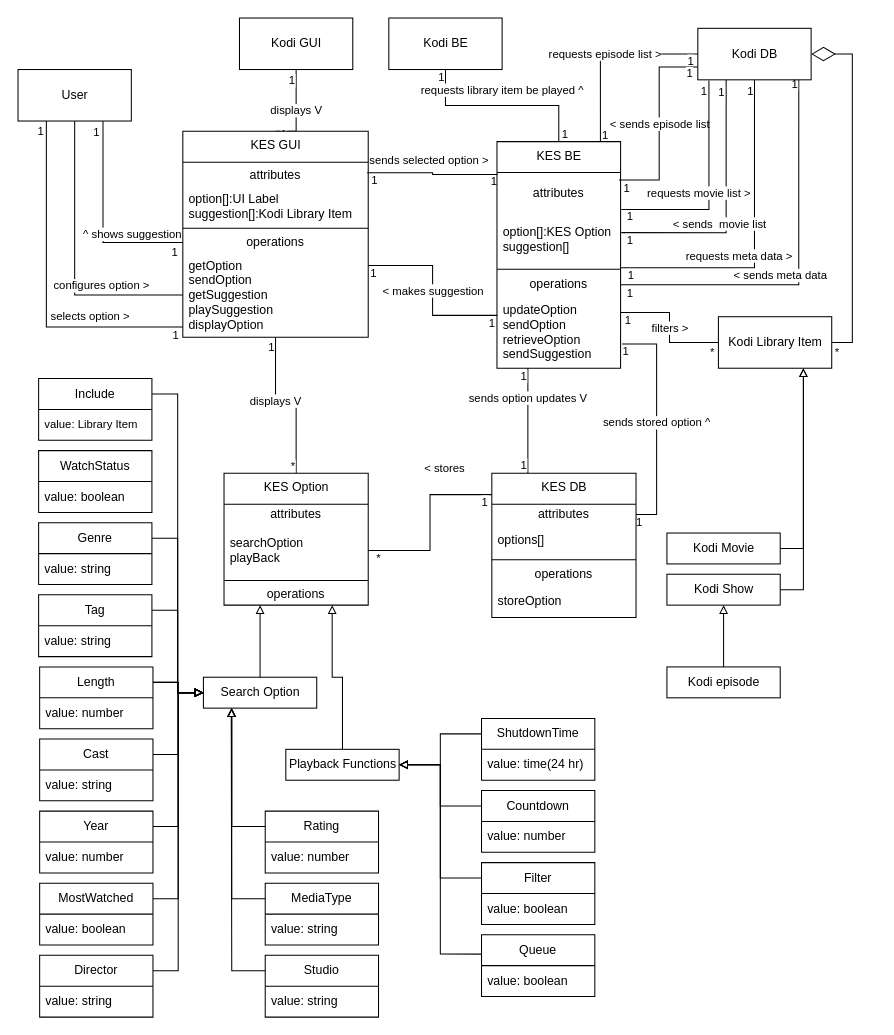
dustinmcmahon/kodiAddon keeps this draw.io diagram as page "Page-1" (1 of 2) of uml.drawio. Above is the earlier version. Source tidied: cells renumbered, new cells numbered last; positions are measured from the earlier drawing's top-left corner, leaving out a move shared by most shapes. Both pictures are drawn from the tidied source at 103%, with x=0, y=0 at pixel (18, 18).
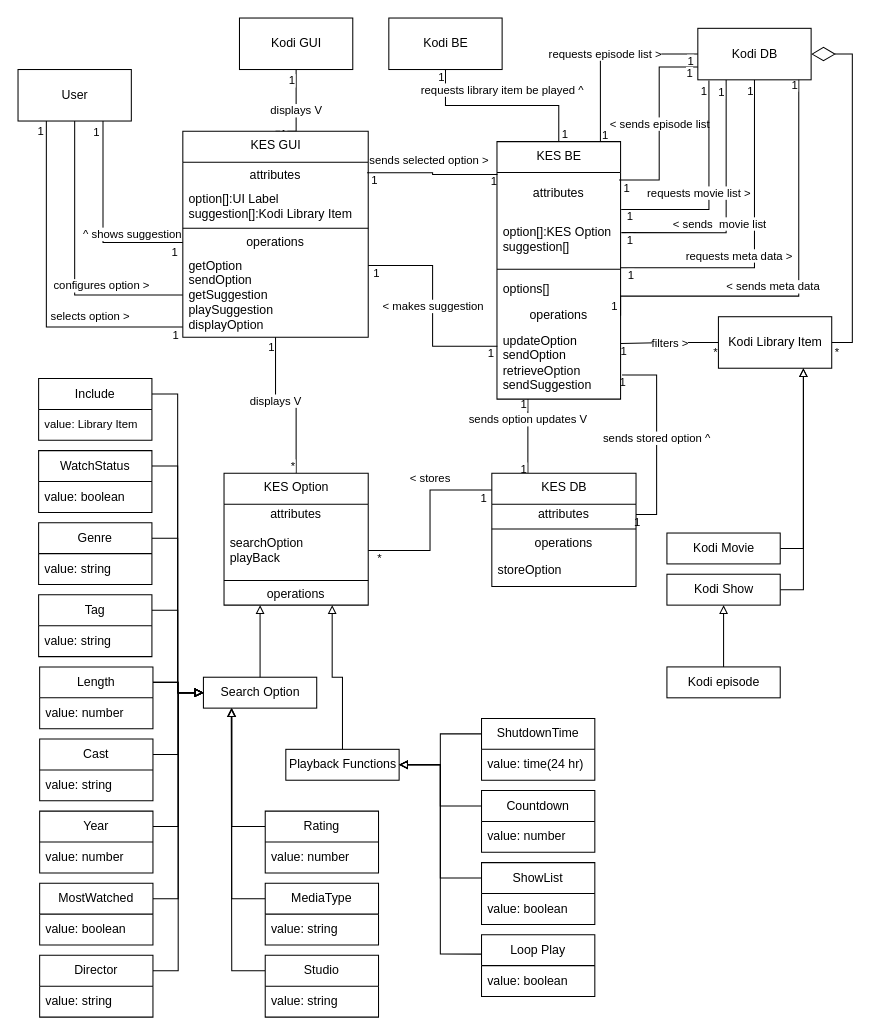
After the change.

Commit message:
Behavior Diagram

Unchanged cells that the change refers to:
```xml
<mxCell id="29" value="Kodi DB" style="html=1;" parent="1" vertex="1">
  <mxGeometry x="660" y="10" width="110" height="50" as="geometry" />
</mxCell>
<mxCell id="30" value="Search Option" style="html=1;fontSize=12;" parent="1" vertex="1">
  <mxGeometry x="180" y="640" width="110" height="30" as="geometry" />
</mxCell>
<mxCell id="117" value="WatchStatus" style="swimlane;fontStyle=0;horizontal=1;startSize=30;whiteSpace=wrap;html=1;" parent="1" vertex="1">
  <mxGeometry x="20" y="420" width="110" height="60" as="geometry" />
</mxCell>
```

Change to the diagram source:
```diff
@@
     <mxCell id="23" value="&amp;lt; sends meta data" style="edgeStyle=orthogonalEdgeStyle;rounded=0;jettySize=auto;html=1;entryX=1;entryY=0.5;entryDx=0;entryDy=0;startArrow=none;startFill=0;endArrow=none;endFill=0;exitX=0.891;exitY=0.9;exitDx=0;exitDy=0;exitPerimeter=0;" parent="1" edge="1" source="29" target="64">
-      <mxGeometry x="0.18" y="-9" relative="1" as="geometry" />
+      <mxGeometry x="0.18" y="-9" relative="1" as="geometry">
+        <Array as="points">
+          <mxPoint x="758" y="270" />
+          <mxPoint x="585" y="270" />
+        </Array>
+      </mxGeometry>
     </mxCell>
@@
     <mxCell id="60" value="KES BE" style="swimlane;fontStyle=0;align=center;verticalAlign=top;horizontal=1;startSize=30;html=1;fontColor=#000000;labelBackgroundColor=none;" parent="1" vertex="1">
-      <mxGeometry x="465" y="120" width="120" height="220" as="geometry" />
+      <mxGeometry x="465" y="120" width="120" height="250" as="geometry" />
     </mxCell>
@@
+    <mxCell id="71" value="options[]" style="text;html=1;strokeColor=none;fillColor=none;align=left;verticalAlign=middle;spacingLeft=4;spacingRight=4;overflow=hidden;fontColor=#000000;labelBackgroundColor=none;" parent="60" vertex="1">
+      <mxGeometry y="128" width="120" height="30" as="geometry" />
+    </mxCell>
     <mxCell id="64" value="operations" style="text;html=1;strokeColor=none;fillColor=none;align=center;verticalAlign=middle;spacingLeft=4;spacingRight=4;overflow=hidden;points=[[0,0.5],[1,0.5]];portConstraint=eastwest;fontColor=#000000;labelBackgroundColor=none;" parent="60" vertex="1">
-      <mxGeometry y="128" width="120" height="22" as="geometry" />
+      <mxGeometry y="158" width="120" height="22" as="geometry" />
     </mxCell>
     <mxCell id="65" value="updateOption&lt;br&gt;sendOption&lt;br&gt;retrieveOption&lt;br&gt;sendSuggestion" style="text;html=1;strokeColor=none;fillColor=none;align=left;verticalAlign=middle;spacingLeft=4;spacingRight=4;overflow=hidden;points=[[0,0.5],[1,0.5]];portConstraint=eastwest;fontColor=#000000;labelBackgroundColor=none;" parent="60" vertex="1">
-      <mxGeometry y="150" width="120" height="70" as="geometry" />
+      <mxGeometry y="180" width="120" height="70" as="geometry" />
     </mxCell>
@@
     <mxCell id="69" value="KES DB" style="swimlane;fontStyle=0;align=center;verticalAlign=top;horizontal=1;startSize=30;html=1;fontColor=#000000;labelBackgroundColor=none;" parent="1" vertex="1">
-      <mxGeometry x="460" y="442" width="140" height="140" as="geometry" />
+      <mxGeometry x="460" y="442" width="140" height="110" as="geometry" />
     </mxCell>
@@
-    <mxCell id="71" value="options[]" style="text;html=1;strokeColor=none;fillColor=none;align=left;verticalAlign=middle;spacingLeft=4;spacingRight=4;overflow=hidden;fontColor=#000000;labelBackgroundColor=none;" parent="69" vertex="1">
-      <mxGeometry y="50" width="140" height="30" as="geometry" />
-    </mxCell>
     <mxCell id="72" style="line;strokeWidth=1;fillColor=none;align=left;verticalAlign=middle;spacingTop=-1;spacingLeft=3;spacingRight=3;labelPosition=right;fontColor=#000000;labelBackgroundColor=none;" parent="69" vertex="1">
-      <mxGeometry y="80" width="140" height="8" as="geometry" />
+      <mxGeometry y="50" width="140" height="8" as="geometry" />
     </mxCell>
     <mxCell id="73" value="operations" style="text;html=1;strokeColor=none;fillColor=none;align=center;verticalAlign=middle;spacingLeft=4;spacingRight=4;overflow=hidden;fontColor=#000000;labelBackgroundColor=none;" parent="69" vertex="1">
-      <mxGeometry y="88" width="140" height="20" as="geometry" />
+      <mxGeometry y="58" width="140" height="20" as="geometry" />
     </mxCell>
     <mxCell id="74" value="storeOption" style="text;html=1;strokeColor=none;fillColor=none;align=left;verticalAlign=middle;spacingLeft=4;spacingRight=4;overflow=hidden;fontColor=#000000;labelBackgroundColor=none;" parent="69" vertex="1">
-      <mxGeometry y="108" width="140" height="32" as="geometry" />
+      <mxGeometry y="78" width="140" height="32" as="geometry" />
     </mxCell>
@@
+    <mxCell id="142" style="edgeStyle=orthogonalEdgeStyle;rounded=0;jettySize=auto;html=1;exitX=1;exitY=0.25;exitDx=0;exitDy=0;entryX=0;entryY=0.5;entryDx=0;entryDy=0;endArrow=block;endFill=0;" parent="1" edge="1" source="117" target="30">
+      <mxGeometry relative="1" as="geometry" />
+    </mxCell>
@@
-    <mxCell id="138" value="Queue" style="swimlane;fontStyle=0;horizontal=1;startSize=30;whiteSpace=wrap;html=1;" parent="1" vertex="1">
+    <mxCell id="138" value="Loop Play" style="swimlane;fontStyle=0;horizontal=1;startSize=30;whiteSpace=wrap;html=1;" parent="1" vertex="1">
       <mxGeometry x="450" y="890" width="110" height="60" as="geometry" />
     </mxCell>
@@
-    <mxCell id="140" value="Filter" style="swimlane;fontStyle=0;horizontal=1;startSize=30;whiteSpace=wrap;html=1;" parent="1" vertex="1">
+    <mxCell id="140" value="ShowList" style="swimlane;fontStyle=0;horizontal=1;startSize=30;whiteSpace=wrap;html=1;" parent="1" vertex="1">
       <mxGeometry x="450" y="820" width="110" height="60" as="geometry" />
     </mxCell>
```
